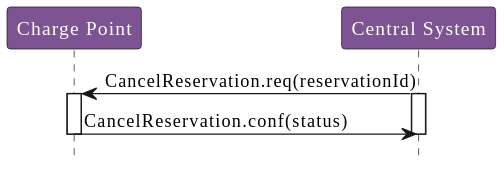
Earlier version of the PlantUML export OCPP_1.6/images/figure_22.svg (phoi5675/ocpp-markdown).
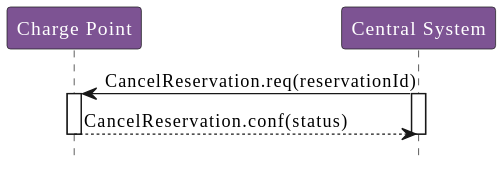
The same file after the commit.

The edit, as a diff of the source:
```diff
@@ -5,12 +5,10 @@
 participant "Central System" as CentralSystem
 
 CentralSystem -> ChargePoint : CancelReservation.req(reservationId)
-
 activate ChargePoint
 activate CentralSystem
 
-ChargePoint -> CentralSystem : CancelReservation.conf(status)
-
+ChargePoint --> CentralSystem : CancelReservation.conf(status)
 deactivate CentralSystem
 deactivate ChargePoint
 @enduml
```
